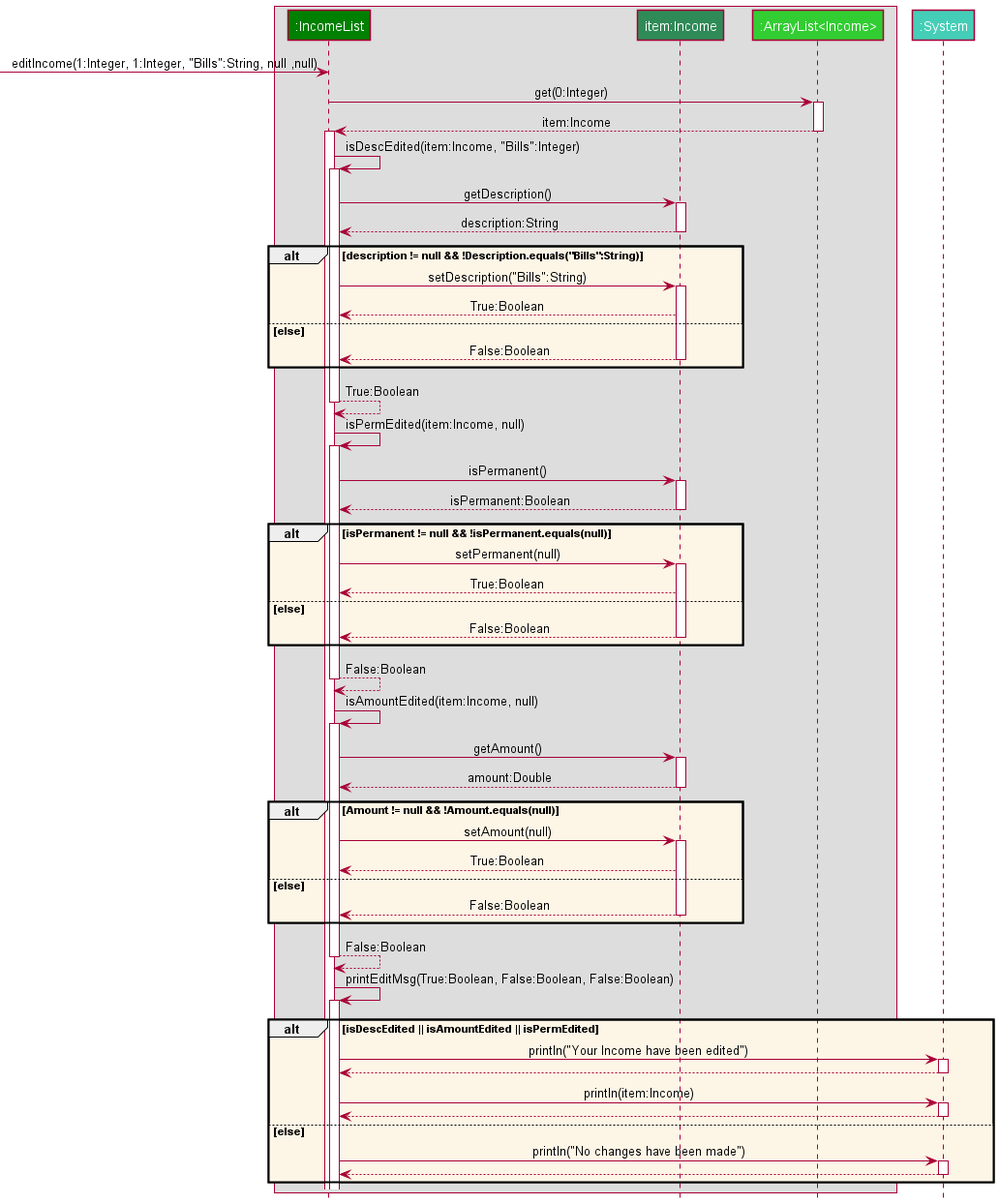
The PlantUML diagram docs/images/EditIncomeSequence.png in nus-cs2113-AY2122S2/tp, before a commit.
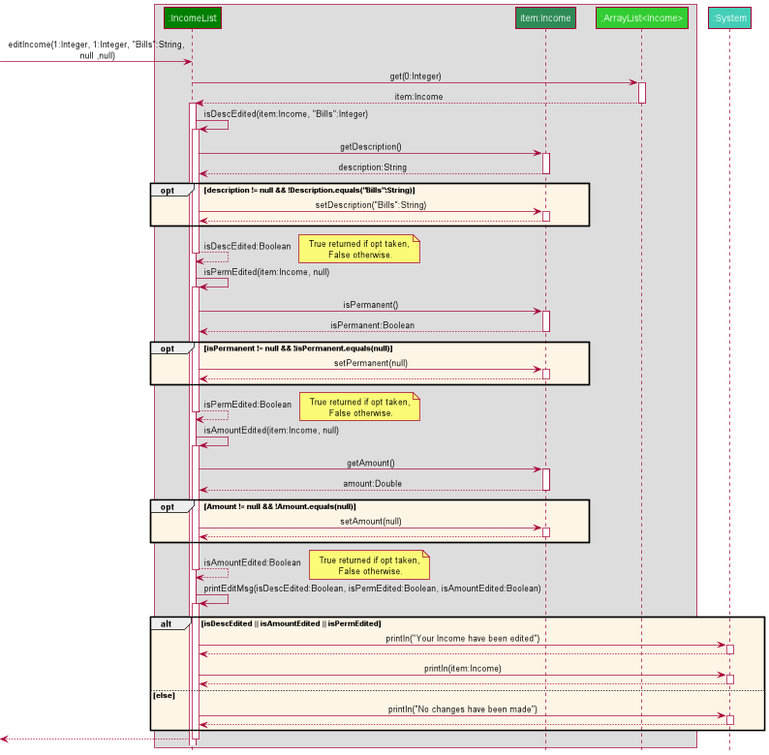
The same file after the commit.

Commit message:
Fixed OPT path

Change to the diagram source:
```diff
@@ -9,7 +9,7 @@
 
 participant ":System" as System SYSTEM_COLOR
 
-[-> Ilist: editIncome(1:Integer, 1:Integer, "Bills":String, null ,null)
+[-> Ilist: editIncome(1:Integer, 1:Integer, "Bills":String,\n null ,null)
 Ilist -> Alist: get(0:Integer)
 activate Alist
 Alist --> Ilist : item:Income
@@ -22,16 +22,15 @@
 Inc --> Ilist: description:String
 deactivate Inc
 
-alt OPT_COLOR description != null && !Description.equals("Bills":String)
+opt OPT_COLOR description != null && !Description.equals("Bills":String)
     Ilist -> Inc: setDescription("Bills":String)
     activate Inc
-    Inc --> Ilist: True:Boolean
-else else
-    Inc --> Ilist: False:Boolean
+    Inc --> Ilist
     deactivate Inc
-end alt
+end opt
 
-Ilist --> Ilist: True:Boolean
+Ilist --> Ilist: isDescEdited:Boolean
+note right: True returned if opt taken,\n False otherwise.
 deactivate Ilist
 deactivate Alist
 
@@ -42,16 +41,15 @@
 Inc --> Ilist: isPermanent:Boolean
 deactivate Inc
 
-alt OPT_COLOR isPermanent != null && !isPermanent.equals(null)
+opt OPT_COLOR isPermanent != null && !isPermanent.equals(null)
     Ilist -> Inc: setPermanent(null)
     activate Inc
-    Inc --> Ilist: True:Boolean
-else else
-    Inc --> Ilist: False:Boolean
+    Inc --> Ilist:
     deactivate Inc
-end alt
+end opt
 
-Ilist --> Ilist: False:Boolean
+Ilist --> Ilist: isPermEdited:Boolean
+note right: True returned if opt taken,\n False otherwise.
 deactivate Ilist
 deactivate Alist
 
@@ -62,20 +60,19 @@
 Inc --> Ilist: amount:Double
 deactivate Inc
 
-alt OPT_COLOR Amount != null && !Amount.equals(null)
+opt OPT_COLOR Amount != null && !Amount.equals(null)
     Ilist -> Inc: setAmount(null)
     activate Inc
-    Inc --> Ilist: True:Boolean
-else else
-    Inc --> Ilist: False:Boolean
+    Inc --> Ilist
     deactivate Inc
-end alt
+end opt
 
-Ilist --> Ilist: False:Boolean
+Ilist --> Ilist: isAmountEdited:Boolean
+note right: True returned if opt taken,\n False otherwise.
 deactivate Ilist
 deactivate Alist
 
-Ilist -> Ilist: printEditMsg(True:Boolean, False:Boolean, False:Boolean)
+Ilist -> Ilist: printEditMsg(isDescEdited:Boolean, isPermEdited:Boolean, isAmountEdited:Boolean)
 activate Ilist
 alt OPT_COLOR isDescEdited || isAmountEdited || isPermEdited
     Ilist -> System:println("Your Income have been edited")
@@ -93,7 +90,7 @@
     deactivate System
 end alt
 
-
-
+Ilist -->[
+deactivate Ilist
 
 @enduml
```
